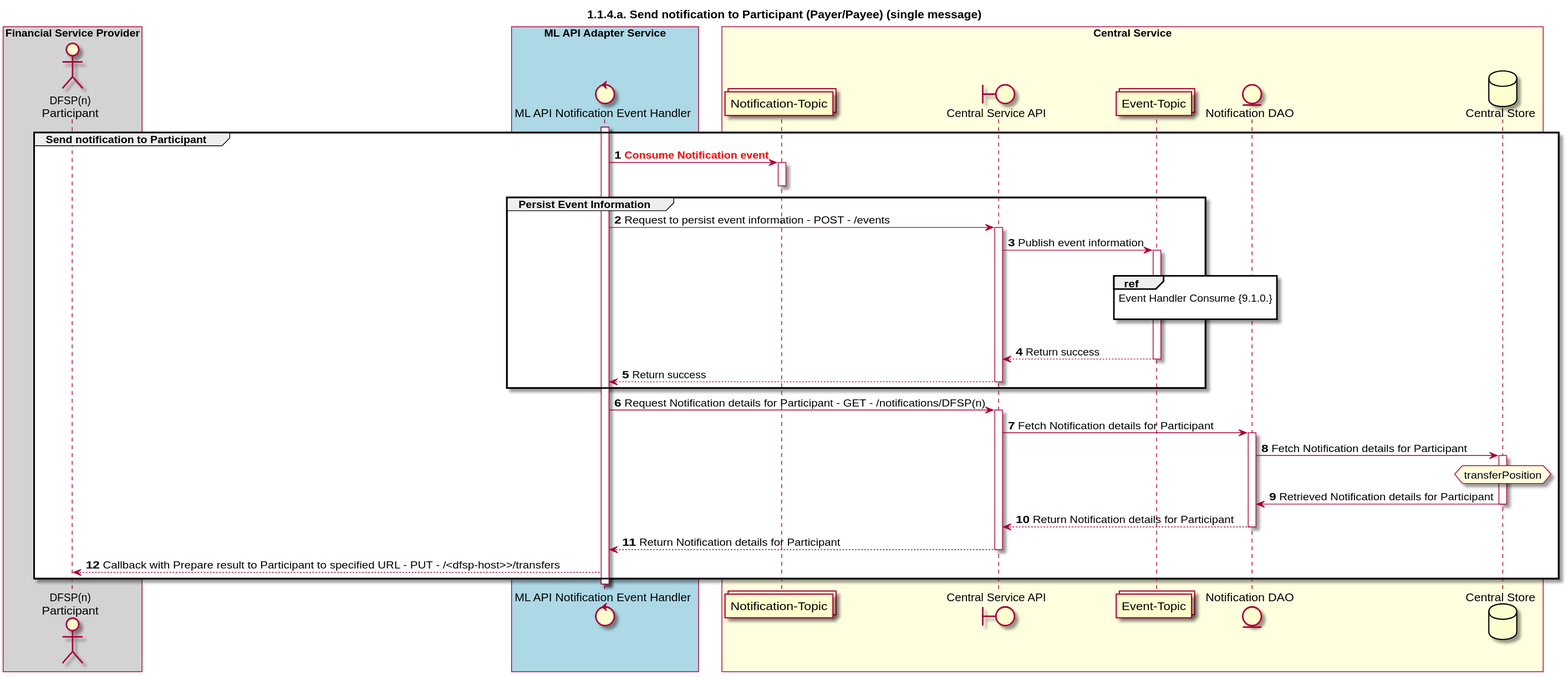
Above: CentralServices/seq_diagrams/seq-prepare-1.1.4.a.svg in ggrg/docs (PlantUML), before the change.
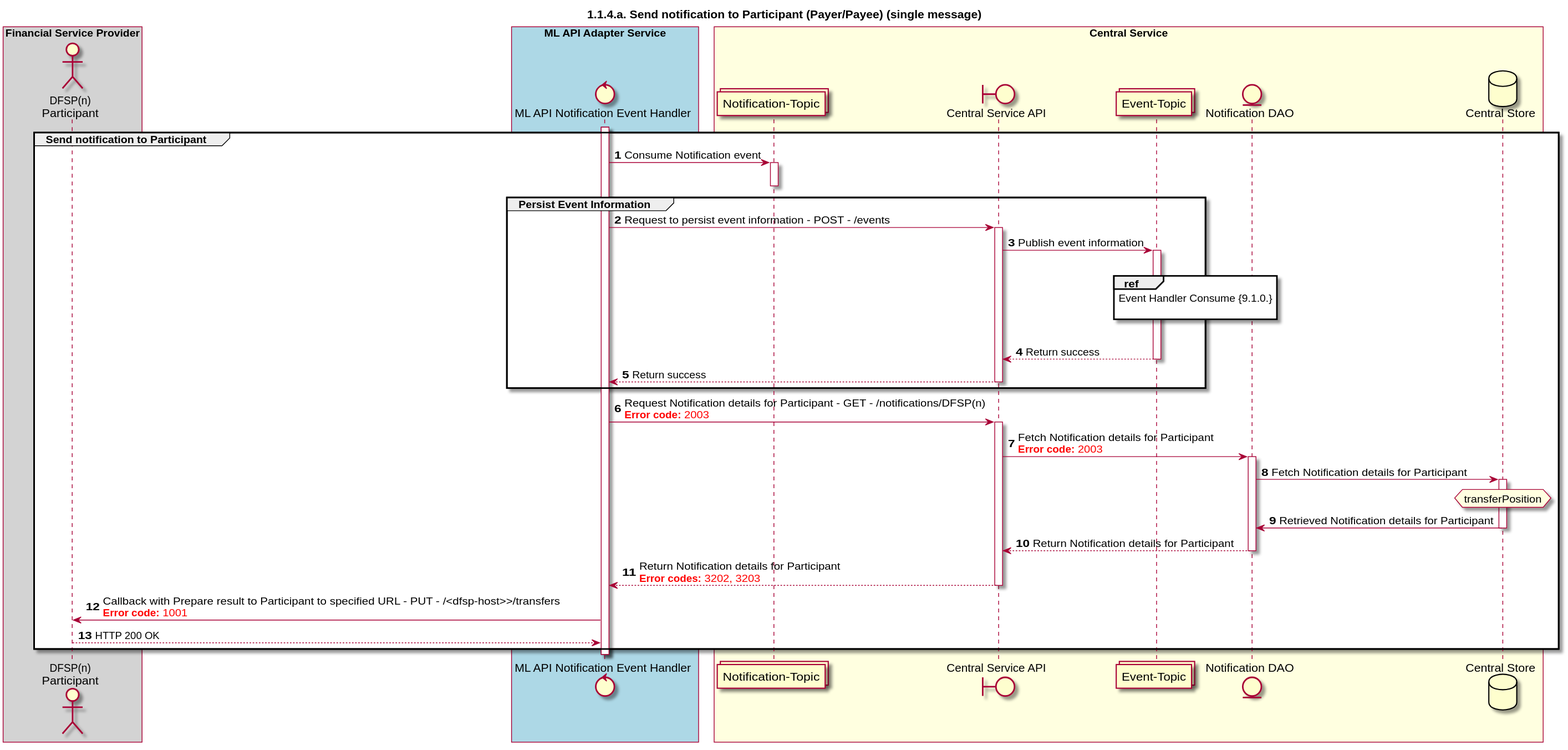
Above is the later version.

What changed in the source:
```diff
@@ -30,7 +30,7 @@
 
 activate NOTIFY_HANDLER
 group Send notification to Participant
-    TOPIC_NOTIFICATIONS <- NOTIFY_HANDLER: <color #FF0000>**Consume Notification event**</color>
+    TOPIC_NOTIFICATIONS <- NOTIFY_HANDLER: Consume Notification event
     activate TOPIC_NOTIFICATIONS
     deactivate TOPIC_NOTIFICATIONS
 
@@ -47,9 +47,9 @@
         CSAPI --> NOTIFY_HANDLER: Return success
         deactivate CSAPI
     end
-    NOTIFY_HANDLER -> CSAPI: Request Notification details for Participant - GET - /notifications/DFSP(n)
+    NOTIFY_HANDLER -> CSAPI: Request Notification details for Participant - GET - /notifications/DFSP(n)\n<color #FF0000><b>Error code:</b> 2003</color>
     activate CSAPI
-    CSAPI -> NOTIFY_DAO: Fetch Notification details for Participant
+    CSAPI -> NOTIFY_DAO: Fetch Notification details for Participant\n<color #FF0000><b>Error code:</b> 2003</color>
     activate NOTIFY_DAO
     NOTIFY_DAO -> DB: Fetch Notification details for Participant
     activate DB
@@ -60,9 +60,10 @@
     deactivate DB
     NOTIFY_DAO --> CSAPI: Return Notification details for Participant
     deactivate NOTIFY_DAO
-    CSAPI --> NOTIFY_HANDLER: Return Notification details for Participant
+    CSAPI --> NOTIFY_HANDLER: Return Notification details for Participant\n<color #FF0000><b>Error codes:</b> 3202, 3203</color>
     deactivate CSAPI
-    NOTIFY_HANDLER --> DFSP: Callback with Prepare result to Participant to specified URL - PUT - /<dfsp-host>>/transfers
+    NOTIFY_HANDLER -> DFSP: Callback with Prepare result to Participant to specified URL - PUT - /<dfsp-host>>/transfers\n<color #FF0000><b>Error code:</b> 1001</color>
+    NOTIFY_HANDLER <-- DFSP: HTTP 200 OK
 end
 deactivate NOTIFY_HANDLER
 @enduml
```
